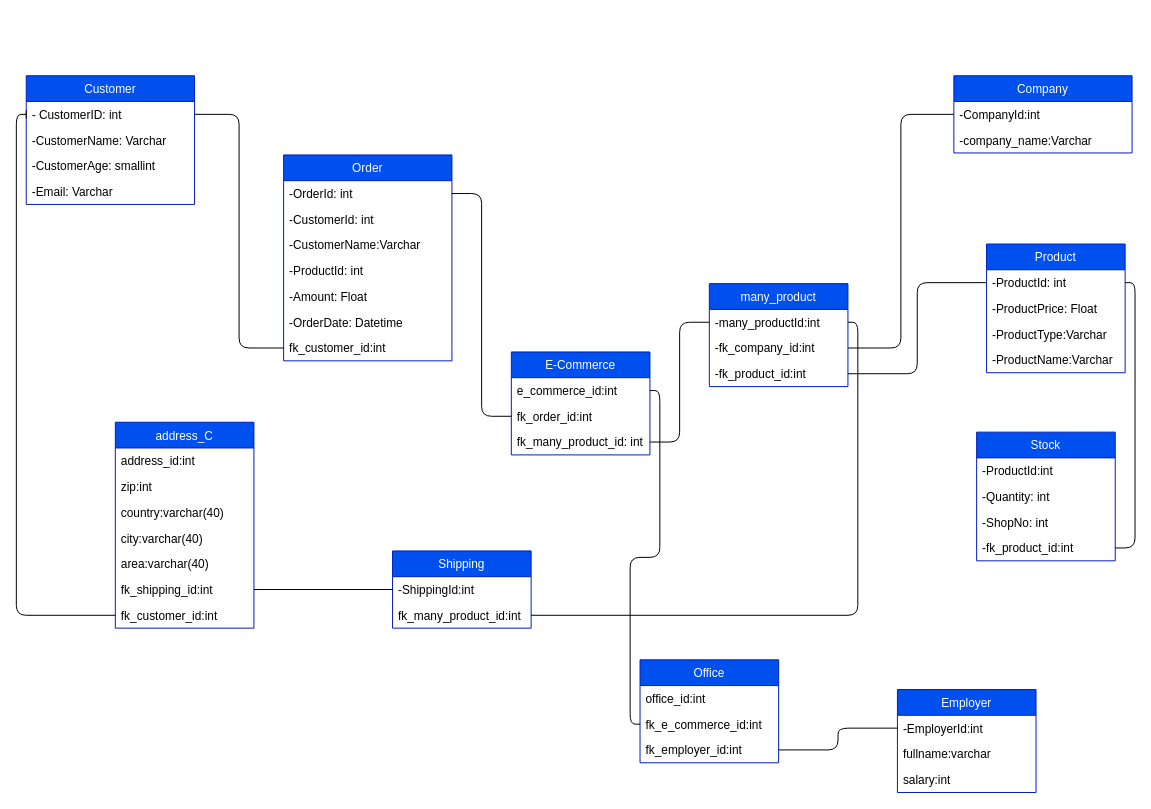
This is page "Normalize diagramm" (4 of 4) of Diagramm/famazon.drawio from Hanlord/CR9_Diagramm-MYSQL, a draw.io file, before an edit. Source tidied: cells renumbered, new cells numbered last; positions are measured from the earlier drawing's top-left corner, leaving out a move shared by most shapes. Both pictures are drawn from the tidied source at 99%, with x=0, y=0 at pixel (26, 75).
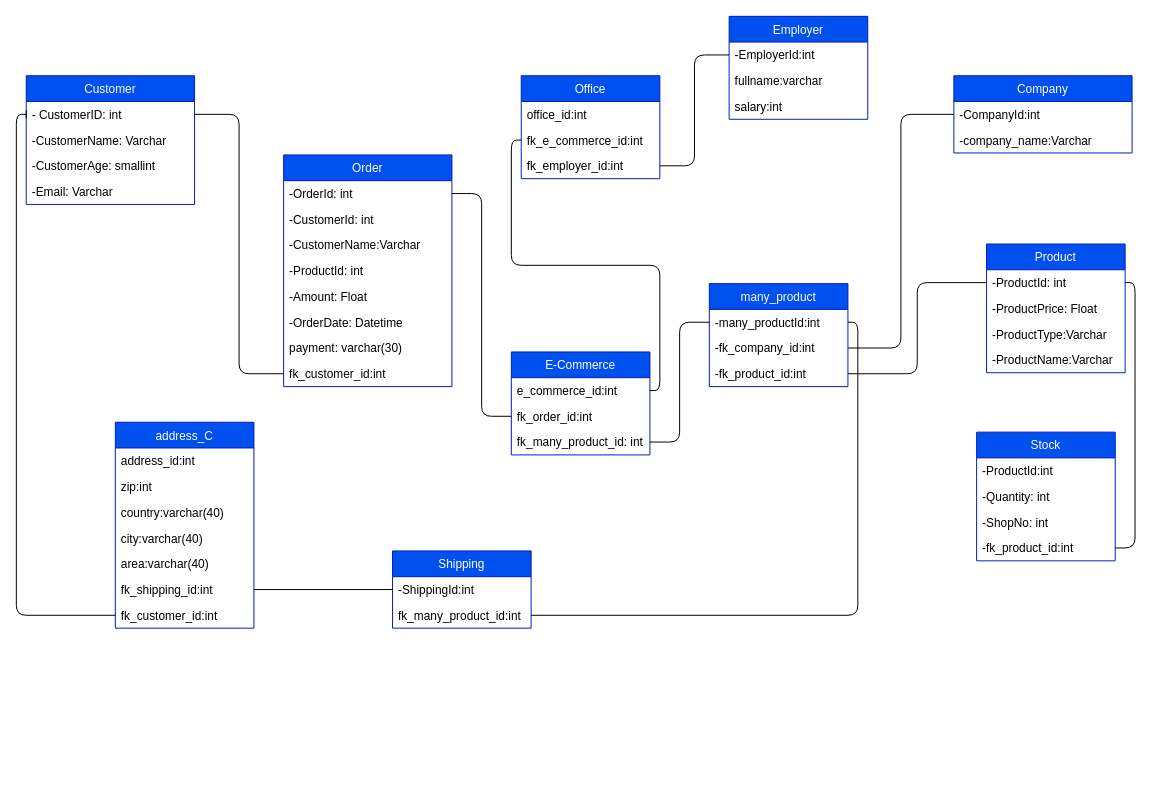
The same page after the edit.

Change to the diagram source:
```diff
@@
     <mxCell id="7" value="Order" style="swimlane;fontStyle=0;horizontal=1;startSize=26;fillColor=#0050ef;fontColor=#ffffff;strokeColor=#001DBC;" parent="1" vertex="1">
-      <mxGeometry x="260" y="80" width="170" height="208" as="geometry" />
+      <mxGeometry x="260" y="80" width="170" height="234" as="geometry" />
     </mxCell>
@@
+    <mxCell id="66" value="-OrderDate: Datetime" style="text;strokeColor=none;fillColor=none;align=left;verticalAlign=top;spacingLeft=4;spacingRight=4;overflow=hidden;" parent="7" vertex="1">
+      <mxGeometry y="156" width="170" height="26" as="geometry" />
+    </mxCell>
-    <mxCell id="13" value="-OrderDate: Datetime" style="text;strokeColor=none;fillColor=none;align=left;verticalAlign=top;spacingLeft=4;spacingRight=4;overflow=hidden;" parent="7" vertex="1">
-      <mxGeometry y="156" width="170" height="26" as="geometry" />
+    <mxCell id="13" value="payment: varchar(30)" style="text;strokeColor=none;fillColor=none;align=left;verticalAlign=top;spacingLeft=4;spacingRight=4;overflow=hidden;" parent="7" vertex="1">
+      <mxGeometry y="182" width="170" height="26" as="geometry" />
     </mxCell>
     <mxCell id="14" value="fk_customer_id:int" style="text;strokeColor=none;fillColor=none;align=left;verticalAlign=top;spacingLeft=4;spacingRight=4;overflow=hidden;points=[[0,0.5],[1,0.5]];portConstraint=eastwest;" parent="7" vertex="1">
-      <mxGeometry y="182" width="170" height="26" as="geometry" />
+      <mxGeometry y="208" width="170" height="26" as="geometry" />
     </mxCell>
@@
     <mxCell id="25" value="Employer" style="swimlane;fontStyle=0;horizontal=1;startSize=26;fillColor=#0050ef;fontColor=#ffffff;strokeColor=#001DBC;" parent="1" vertex="1">
-      <mxGeometry x="880" y="620" width="140" height="104" as="geometry" />
+      <mxGeometry x="710" y="-60" width="140" height="104" as="geometry" />
     </mxCell>
@@
     <mxCell id="51" value="Office" style="swimlane;fontStyle=0;horizontal=1;startSize=26;fillColor=#0050ef;fontColor=#ffffff;strokeColor=#001DBC;" parent="1" vertex="1">
-      <mxGeometry x="620" y="590" width="140" height="104" as="geometry" />
+      <mxGeometry x="500" width="140" height="104" as="geometry" />
     </mxCell>
```
